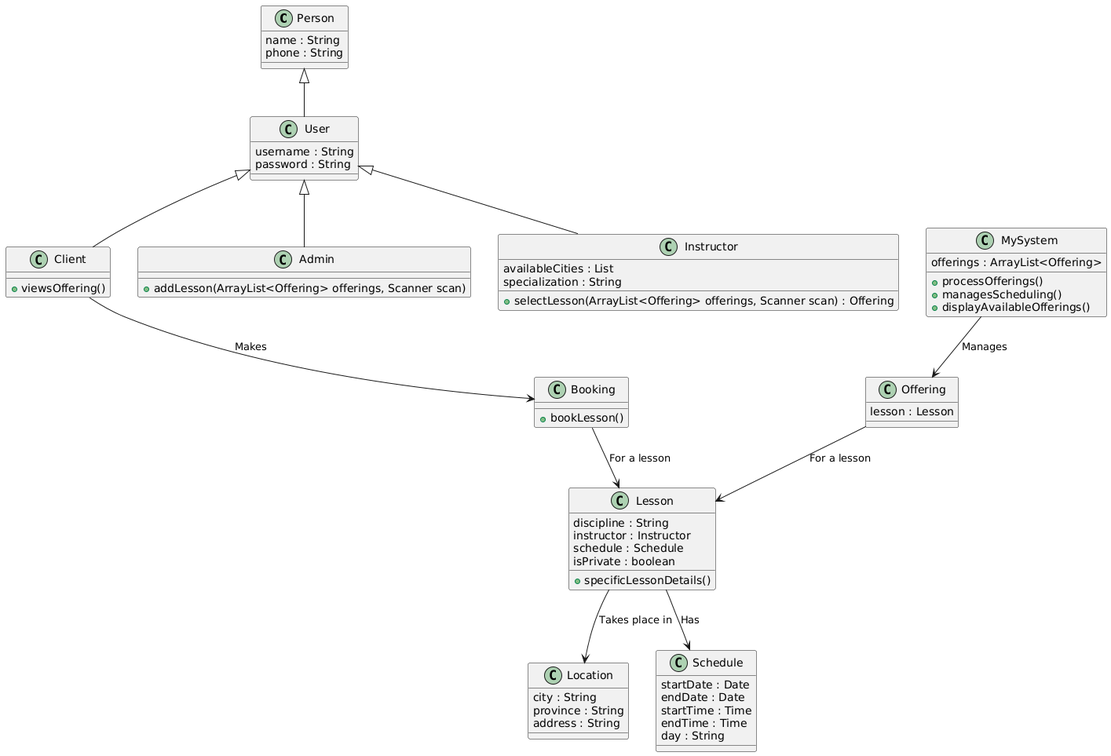
This is Diagrams/DomainAndPackage/DomainModel.png from ABALkhabbaz/LessonSchedulingSystem, a PlantUML export, as it was before one commit.
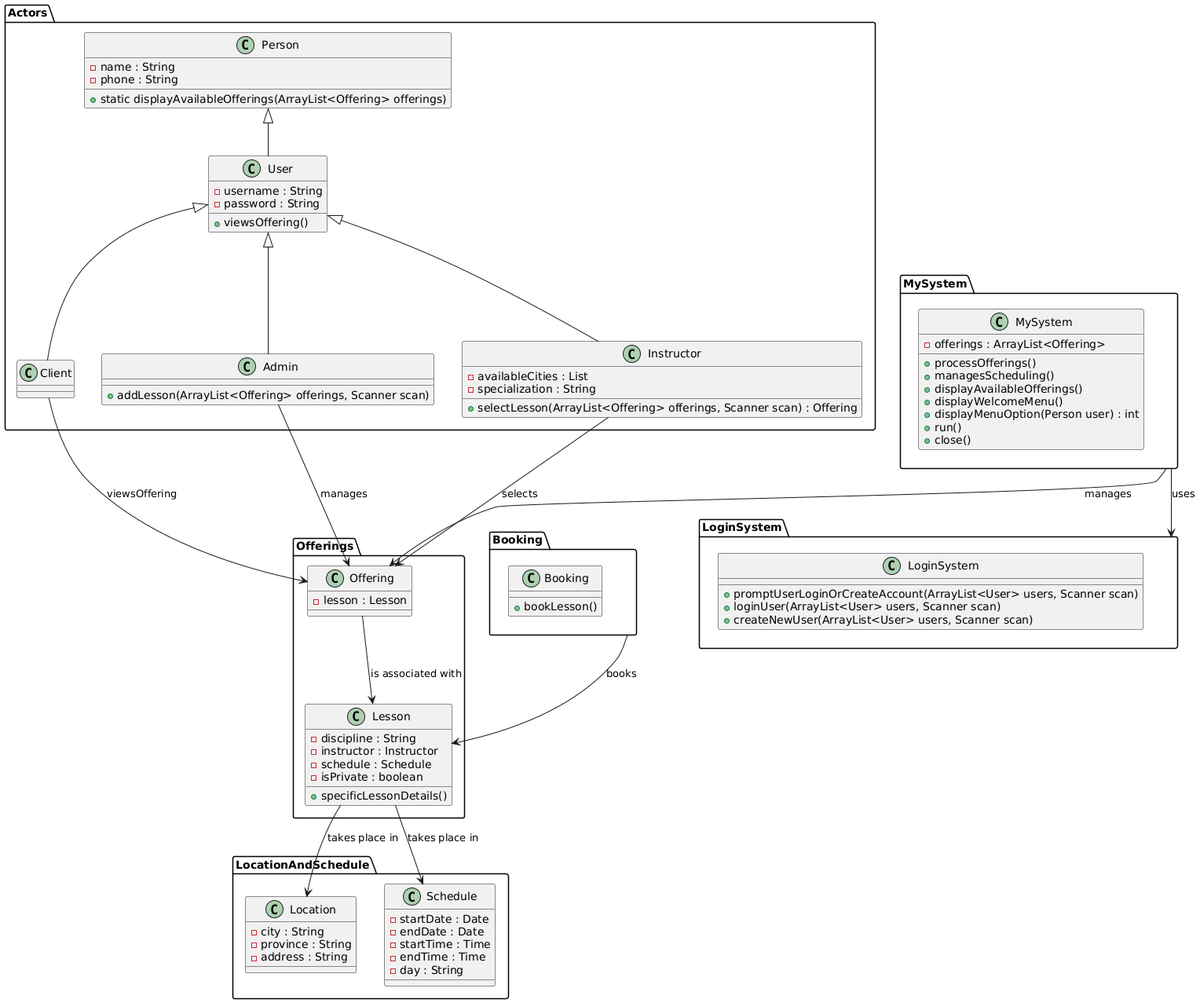
Above is the later version.

Commit message:
updated domain model

What changed in the source:
```diff
@@ -1,69 +1,95 @@
 @startuml
-class Person {
-    name : String
-    phone : String
+package Actors {
+    class Person {
+        - name : String
+        - phone : String
+        + static displayAvailableOfferings(ArrayList<Offering> offerings)
+    }
+    class User {
+        - username : String
+        - password : String
+        + viewsOffering()
+    }
+    class Client {
+    }
+    class Admin {
+        + addLesson(ArrayList<Offering> offerings, Scanner scan)
+    }
+    class Instructor {
+        - availableCities : List
+        - specialization : String
+        + selectLesson(ArrayList<Offering> offerings, Scanner scan) : Offering
+    }
 }
 
-class User extends Person {
-    username : String
-    password : String
+package Booking {
+    class Booking {
+        + bookLesson()
+    }
 }
 
-class Client extends User {
-    +viewsOffering()
+package LocationAndSchedule {
+    class Location {
+        - city : String
+        - province : String
+        - address : String
+    }
+    class Schedule {
+        - startDate : Date
+        - endDate : Date
+        - startTime : Time
+        - endTime : Time
+        - day : String
+    }
 }
 
-class Admin extends User {
-    +addLesson(ArrayList<Offering> offerings, Scanner scan)
+package MySystem {
+    class MySystem {
+        - offerings : ArrayList<Offering>
+        + processOfferings()
+        + managesScheduling()
+        + displayAvailableOfferings()
+        + displayWelcomeMenu()
+        + displayMenuOption(Person user) : int
+        + run()
+        + close()
+    }
 }
 
-class Instructor extends User {
-    availableCities : List
-    specialization : String
-    +selectLesson(ArrayList<Offering> offerings, Scanner scan) : Offering
+package Offerings {
+    class Offering {
+        - lesson : Lesson
+    }
+    class Lesson {
+        - discipline : String
+        - instructor : Instructor
+        - schedule : Schedule
+        - isPrivate : boolean
+        + specificLessonDetails()
+    }
 }
 
-class MySystem {
-    offerings : ArrayList<Offering>
-    +processOfferings()
-    +managesScheduling()
-    +displayAvailableOfferings()
+package LoginSystem {
+    class LoginSystem {
+        + promptUserLoginOrCreateAccount(ArrayList<User> users, Scanner scan)
+        + loginUser(ArrayList<User> users, Scanner scan)
+        + createNewUser(ArrayList<User> users, Scanner scan)
+    }
 }
 
-class Offering {
-    lesson : Lesson
-}
+Person <|-- User
+User <|-- Client
+User <|-- Admin
+User <|-- Instructor
 
-class Lesson {
-    discipline : String
-    instructor : Instructor
-    schedule : Schedule
-    isPrivate : boolean
-    +specificLessonDetails()
-}
+Client --> Offering : viewsOffering
+Admin --> Offering : manages
+Instructor --> Offering : selects
+Booking --> Lesson : books
 
-class Location {
-    city : String
-    province : String
-    address : String
-}
-
-class Schedule {
-    startDate : Date
-    endDate : Date
-    startTime : Time
-    endTime : Time
-    day : String
-}
-
-class Booking {
-    +bookLesson()
-}
-
-MySystem --> Offering : "Manages"
-Offering --> Lesson : "For a lesson"
-Lesson --> Location : "Takes place in"
-Lesson --> Schedule : "Has"
-Client --> Booking : "Makes"
-Booking --> Lesson : "For a lesson"
+Offering --> Lesson : is associated with
+Lesson --> Schedule : takes place in
+Lesson --> Location : takes place in
+MySystem --> Offering : manages
+MySystem --> LoginSystem : uses
 @enduml
```
